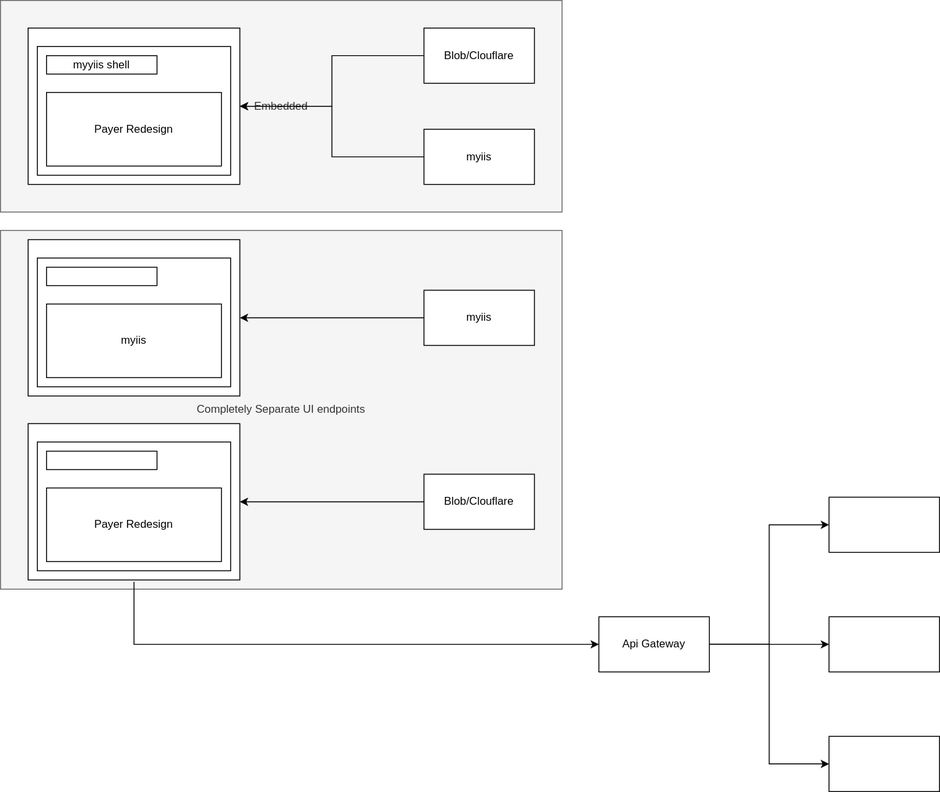
The draw.io diagram payerredesignOption2.svg in vjavle/invoicecloud, before a commit. Source tidied: cells renumbered, new cells last; positions are measured from the earlier drawing's top-left corner, leaving out a move shared by most shapes.
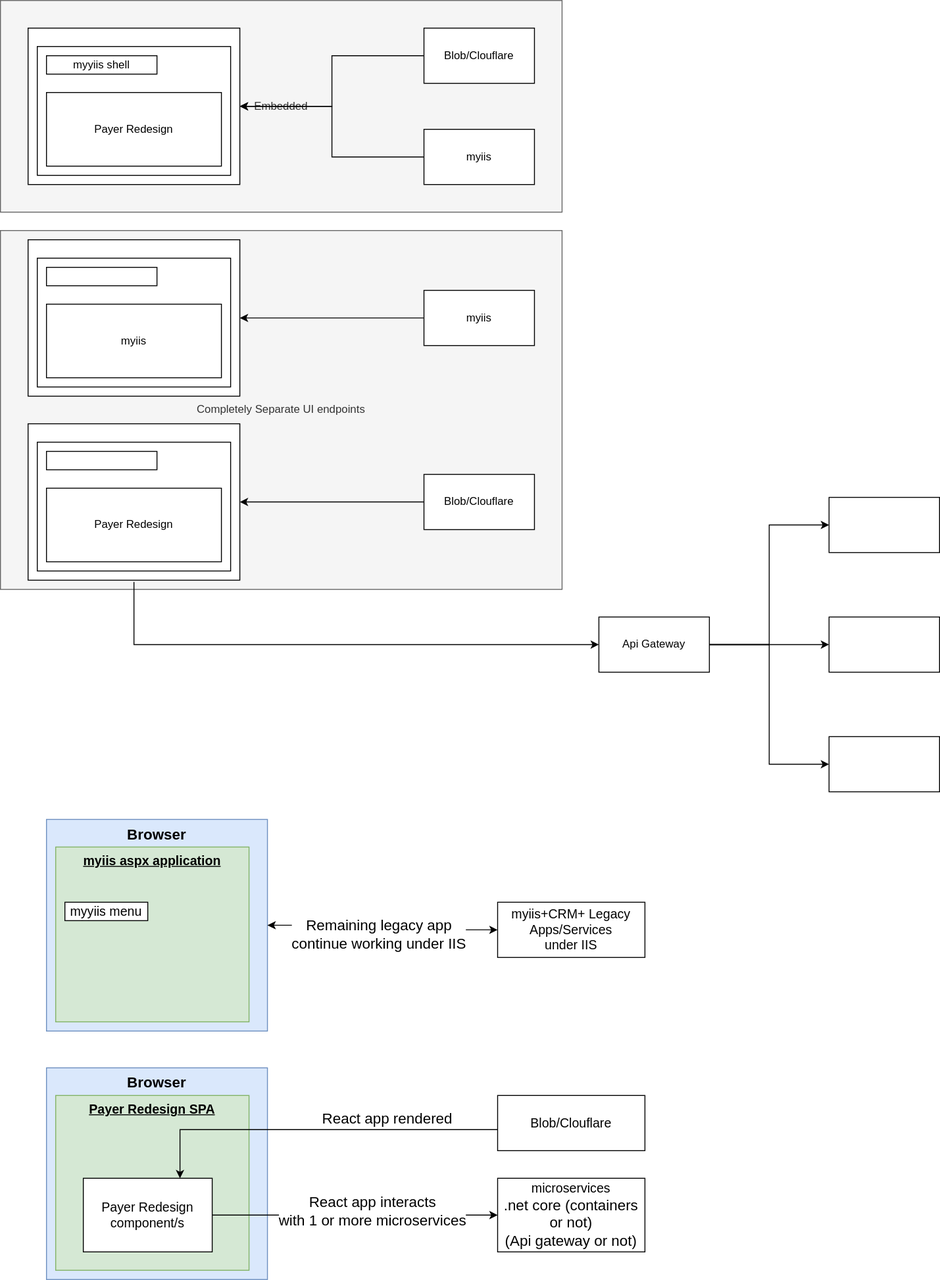
The same file after the commit.

Change to the diagram source:
```diff
@@ -97,5 +97,56 @@
     <mxCell id="31" style="rounded=0;whiteSpace=wrap;html=1;" parent="1" vertex="1">
       <mxGeometry x="900" y="800" width="120" height="60" as="geometry" />
     </mxCell>
+    <mxCell id="32" value="Browser" style="rounded=0;whiteSpace=wrap;html=1;verticalAlign=top;fontSize=16;fillColor=#dae8fc;strokeColor=#6c8ebf;fontStyle=1;" parent="1" vertex="1">
+      <mxGeometry x="50" y="890" width="240" height="230" as="geometry" />
+    </mxCell>
+    <mxCell id="33" value="myiis aspx application" style="rounded=0;whiteSpace=wrap;html=1;fontSize=14;verticalAlign=top;fontStyle=5;fillColor=#d5e8d4;strokeColor=#82b366;" parent="1" vertex="1">
+      <mxGeometry x="60" y="920" width="210" height="190" as="geometry" />
+    </mxCell>
+    <mxCell id="34" style="edgeStyle=orthogonalEdgeStyle;rounded=0;jettySize=auto;html=1;entryX=1;entryY=0.5;entryDx=0;entryDy=0;fontSize=14;startArrow=classic;startFill=1;" parent="1" edge="1" source="36" target="32">
+      <mxGeometry relative="1" as="geometry" />
+    </mxCell>
+    <mxCell id="35" value="Remaining legacy app&lt;br&gt;continue working under IIS" style="edgeLabel;html=1;align=center;verticalAlign=middle;fontSize=16;" parent="34" vertex="1">
+      <mxGeometry x="0.39" y="2" relative="1" as="geometry">
+        <mxPoint x="42" y="8" as="offset" />
+      </mxGeometry>
+    </mxCell>
+    <mxCell id="36" value="myiis+CRM+ Legacy Apps/Services&lt;br&gt;under IIS" style="rounded=0;whiteSpace=wrap;html=1;fontSize=14;" parent="1" vertex="1">
+      <mxGeometry x="540" y="980" width="160" height="60" as="geometry" />
+    </mxCell>
+    <mxCell id="37" value="myyiis menu" style="rounded=0;whiteSpace=wrap;html=1;fontSize=14;" parent="1" vertex="1">
+      <mxGeometry x="70" y="980" width="90" height="20" as="geometry" />
+    </mxCell>
+    <mxCell id="38" value="Browser" style="rounded=0;whiteSpace=wrap;html=1;verticalAlign=top;fontSize=16;fillColor=#dae8fc;strokeColor=#6c8ebf;fontStyle=1;" parent="1" vertex="1">
+      <mxGeometry x="50" y="1160" width="240" height="230" as="geometry" />
+    </mxCell>
+    <mxCell id="39" value="Payer Redesign SPA" style="rounded=0;whiteSpace=wrap;html=1;fontSize=14;verticalAlign=top;fontStyle=5;fillColor=#d5e8d4;strokeColor=#82b366;" parent="1" vertex="1">
+      <mxGeometry x="60" y="1190" width="210" height="190" as="geometry" />
+    </mxCell>
+    <mxCell id="40" style="edgeStyle=orthogonalEdgeStyle;rounded=0;jettySize=auto;html=1;entryX=0.75;entryY=0;entryDx=0;entryDy=0;fontSize=16;exitX=0.033;exitY=0.618;exitDx=0;exitDy=0;exitPerimeter=0;" parent="1" edge="1" source="42" target="43">
+      <mxGeometry relative="1" as="geometry" />
+    </mxCell>
+    <mxCell id="41" value="React app rendered" style="edgeLabel;html=1;align=center;verticalAlign=middle;fontSize=16;" parent="40" vertex="1">
+      <mxGeometry x="-0.23" y="3" relative="1" as="geometry">
+        <mxPoint x="30" y="-15" as="offset" />
+      </mxGeometry>
+    </mxCell>
+    <mxCell id="42" value="Blob/Clouflare" style="rounded=0;whiteSpace=wrap;html=1;fontSize=14;" parent="1" vertex="1">
+      <mxGeometry x="540" y="1190" width="160" height="60" as="geometry" />
+    </mxCell>
+    <mxCell id="43" value="Payer Redesign component/s" style="rounded=0;whiteSpace=wrap;html=1;fontSize=14;" parent="1" vertex="1">
+      <mxGeometry x="90" y="1280" width="140" height="80" as="geometry" />
+    </mxCell>
+    <mxCell id="44" style="edgeStyle=orthogonalEdgeStyle;rounded=0;jettySize=auto;html=1;entryX=1;entryY=0.5;entryDx=0;entryDy=0;fontSize=16;startArrow=classic;startFill=1;endArrow=none;endFill=0;" parent="1" edge="1" source="46" target="43">
+      <mxGeometry relative="1" as="geometry" />
+    </mxCell>
+    <mxCell id="45" value="React app interacts&lt;br&gt;with 1 or more microservices" style="edgeLabel;html=1;align=center;verticalAlign=middle;fontSize=16;" parent="44" vertex="1">
+      <mxGeometry x="0.15" y="1" relative="1" as="geometry">
+        <mxPoint x="42" y="-5" as="offset" />
+      </mxGeometry>
+    </mxCell>
+    <mxCell id="46" value="microservices&lt;br&gt;&lt;span style=&quot;font-size: 16px;&quot;&gt;.net core (containers or not)&lt;br&gt;(Api gateway or not)&lt;br&gt;&lt;/span&gt;" style="rounded=0;whiteSpace=wrap;html=1;fontSize=14;" parent="1" vertex="1">
+      <mxGeometry x="540" y="1280" width="160" height="80" as="geometry" />
+    </mxCell>
   </root>
 </mxGraphModel>
```
